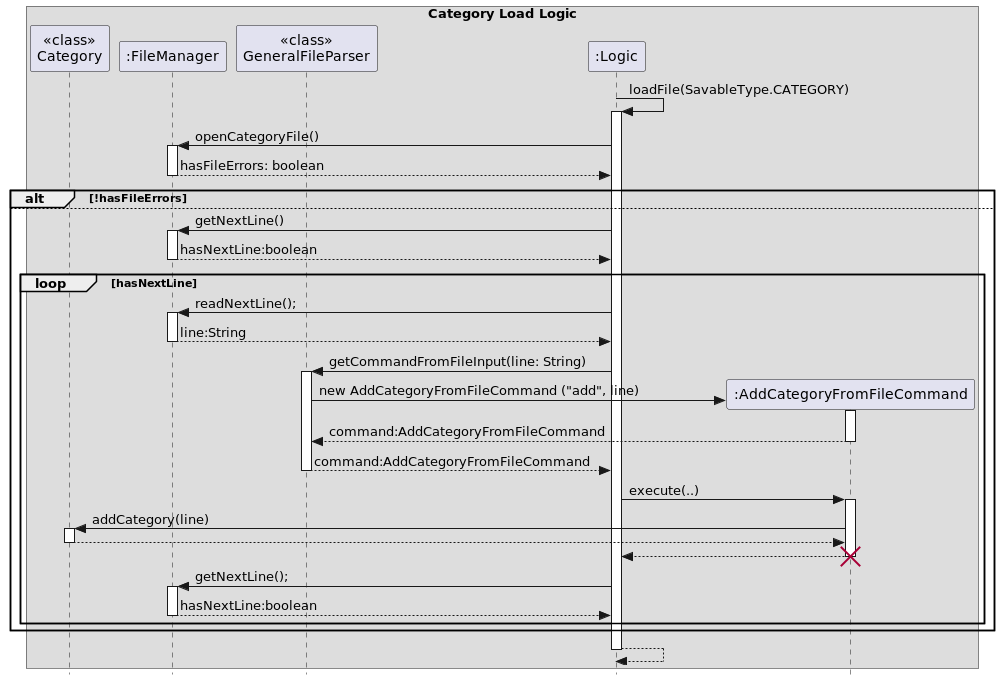
Above: docs/images/category_load_sequence.png in JianJiaT/tp (PlantUML), before the change. Its source is kept beside it as docs/team/UML_Files/category_load_sequence.puml.
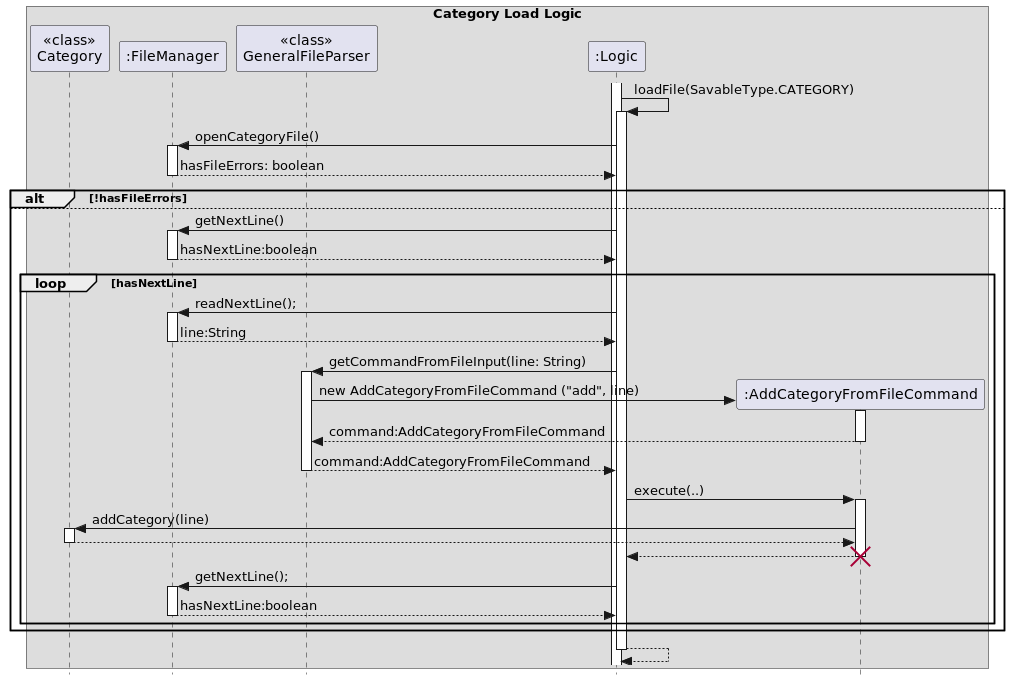
The same diagram one commit later.

Commit message:
Modify category_load_sequence uml Add extra activation bar

What changed in the source:
```diff
@@ -8,7 +8,7 @@
 participant ":Logic" as logic
 participant ":AddCategoryFromFileCommand" as AddCategoryFromFileCommand
 
-
+activate logic
 logic -> logic: loadFile(SavableType.CATEGORY)
 activate logic
 logic -> fileManager: openCategoryFile()
@@ -51,6 +51,7 @@
 
         end
     end
+
     logic -[dashed]-> logic
     deactivate logic
 end box
```
